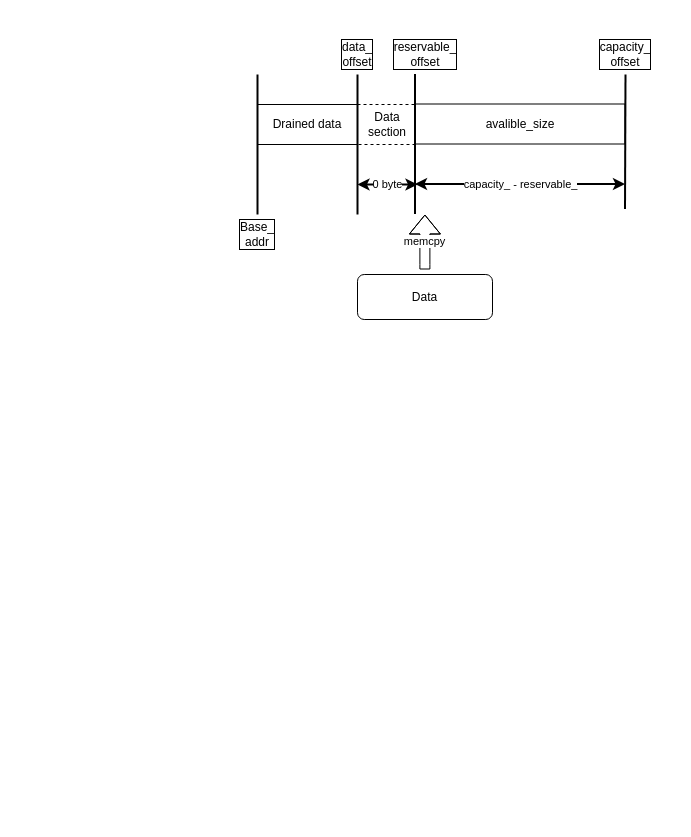
Earlier version of the draw.io diagram page "slice::prepend" (13 of 13) of memcpy_test_arch.drawio (xu1zhou/Documents). Source tidied: cells renumbered, new cells numbered last; positions are measured from the earlier drawing's top-left corner, leaving out a move shared by most shapes. Both pictures are drawn from the tidied source at 100%, with x=0, y=0 at pixel (237, 44).
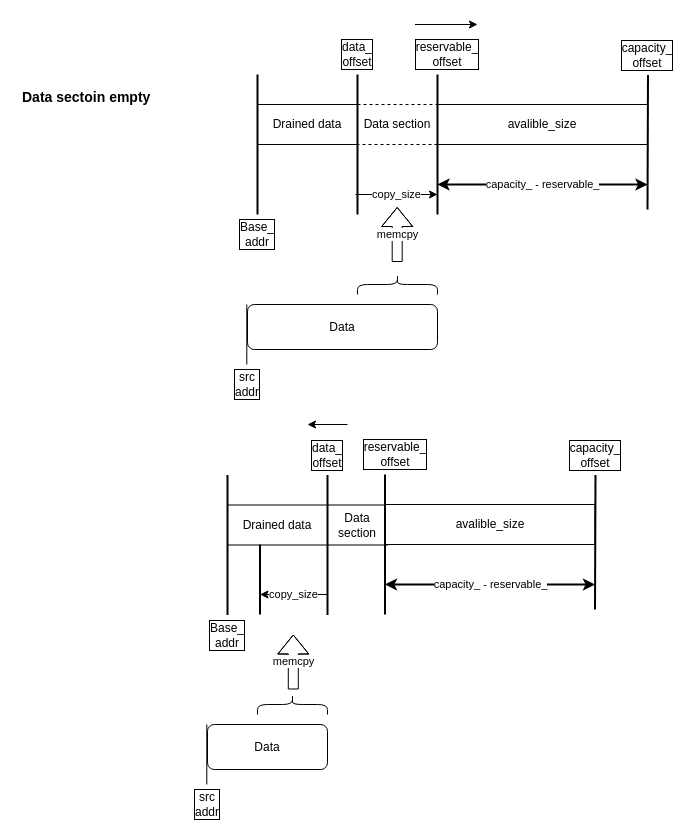
Above is the later version.

The edit, as a diff of the source:
```diff
@@
     <mxCell id="4" value="reservable_&lt;br&gt;offset" style="text;html=1;strokeColor=none;fillColor=none;align=center;verticalAlign=middle;whiteSpace=wrap;rounded=0;labelBackgroundColor=none;labelBorderColor=#000000;" parent="1" vertex="1">
-      <mxGeometry x="167.5" y="-0.5" width="40" height="20" as="geometry" />
+      <mxGeometry x="190" width="40" height="20" as="geometry" />
     </mxCell>
     <mxCell id="5" value="capacity_&lt;br&gt;offset" style="text;html=1;strokeColor=none;fillColor=none;align=center;verticalAlign=middle;whiteSpace=wrap;rounded=0;labelBorderColor=#000000;" parent="1" vertex="1">
-      <mxGeometry x="367.5" width="40" height="20" as="geometry" />
+      <mxGeometry x="390" y="0.5" width="40" height="20" as="geometry" />
     </mxCell>
-    <mxCell id="6" value="Data" style="rounded=1;whiteSpace=wrap;html=1;labelBackgroundColor=none;" parent="1" vertex="1">
-      <mxGeometry x="120" y="230" width="135" height="45" as="geometry" />
+    <mxCell id="6" value="Data" style="rounded=1;whiteSpace=wrap;html=1;labelBackgroundColor=none;align=center;" parent="1" vertex="1">
+      <mxGeometry x="10" y="260" width="190" height="45" as="geometry" />
     </mxCell>
@@
     <mxCell id="8" value="Data section" style="whiteSpace=wrap;html=1;align=center;dashed=1;" parent="1" vertex="1">
-      <mxGeometry x="120" y="60" width="60" height="40" as="geometry" />
+      <mxGeometry x="120" y="60" width="80" height="40" as="geometry" />
     </mxCell>
     <mxCell id="9" value="avalible_size" style="whiteSpace=wrap;html=1;align=center;" parent="1" vertex="1">
-      <mxGeometry x="177.5" y="59.5" width="210" height="40" as="geometry" />
+      <mxGeometry x="200" y="60" width="210" height="40" as="geometry" />
     </mxCell>
@@
     <mxCell id="12" style="endArrow=none;html=1;strokeWidth=2;" parent="1" edge="1">
       <mxGeometry relative="1" as="geometry">
-        <mxPoint x="177.5" y="169.5" as="sourcePoint" />
-        <mxPoint x="177.5" y="29.5" as="targetPoint" />
+        <mxPoint x="200" y="170" as="sourcePoint" />
+        <mxPoint x="200" y="30" as="targetPoint" />
       </mxGeometry>
     </mxCell>
     <mxCell id="13" style="endArrow=none;html=1;strokeWidth=2;" parent="1" edge="1">
       <mxGeometry relative="1" as="geometry">
-        <mxPoint x="387.5" y="164.5" as="sourcePoint" />
-        <mxPoint x="388" y="30" as="targetPoint" />
+        <mxPoint x="410" y="165" as="sourcePoint" />
+        <mxPoint x="410.5" y="30.5" as="targetPoint" />
       </mxGeometry>
     </mxCell>
     <mxCell id="14" value="capacity_ - reservable_" style="endArrow=classic;startArrow=classic;html=1;strokeWidth=2;" parent="1" edge="1">
       <mxGeometry relative="1" as="geometry">
-        <mxPoint x="177.5" y="139.5" as="sourcePoint" />
-        <mxPoint x="387.5" y="139.5" as="targetPoint" />
+        <mxPoint x="200" y="140" as="sourcePoint" />
+        <mxPoint x="410" y="140" as="targetPoint" />
       </mxGeometry>
     </mxCell>
     <mxCell id="15" value="memcpy" style="shape=flexArrow;endArrow=classic;html=1;" parent="1" edge="1">
       <mxGeometry relative="1" as="geometry">
-        <mxPoint x="187.4" y="225" as="sourcePoint" />
-        <mxPoint x="187.4" y="170" as="targetPoint" />
+        <mxPoint x="159.7" y="217.5" as="sourcePoint" />
+        <mxPoint x="159.7" y="162.5" as="targetPoint" />
         <Array as="points">
-          <mxPoint x="187.4" y="220" />
-          <mxPoint x="187.4" y="200" />
+          <mxPoint x="159.7" y="212.5" />
+          <mxPoint x="159.7" y="192.5" />
         </Array>
       </mxGeometry>
     </mxCell>
-    <mxCell id="16" value="0 byte" style="endArrow=classic;startArrow=classic;html=1;strokeWidth=2;" parent="1" edge="1">
-      <mxGeometry relative="1" as="geometry">
-        <mxPoint x="120" y="140" as="sourcePoint" />
-        <mxPoint x="180" y="140" as="targetPoint" />
-      </mxGeometry>
-    </mxCell>
+    <mxCell id="17" value="&lt;h1&gt;&lt;font style=&quot;font-size: 14px&quot;&gt;Data sectoin empty&lt;/font&gt;&lt;/h1&gt;" style="text;html=1;strokeColor=none;fillColor=none;spacing=5;spacingTop=-20;whiteSpace=wrap;overflow=hidden;rounded=0;dashed=1;labelBackgroundColor=none;" parent="1" vertex="1">
+      <mxGeometry x="-220" y="30" width="230" height="120" as="geometry" />
+    </mxCell>
+    <mxCell id="18" value="Base_&lt;br&gt;addr" style="text;html=1;strokeColor=none;fillColor=none;align=center;verticalAlign=middle;whiteSpace=wrap;rounded=0;labelBorderColor=#000000;" parent="1" vertex="1">
+      <mxGeometry x="-30" y="580.5" width="40" height="20" as="geometry" />
+    </mxCell>
+    <mxCell id="19" value="data_&lt;br&gt;offset" style="text;html=1;strokeColor=none;fillColor=none;align=center;verticalAlign=middle;whiteSpace=wrap;rounded=0;labelBorderColor=#000000;" parent="1" vertex="1">
+      <mxGeometry x="70" y="400.5" width="40" height="20" as="geometry" />
+    </mxCell>
+    <mxCell id="20" value="reservable_&lt;br&gt;offset" style="text;html=1;strokeColor=none;fillColor=none;align=center;verticalAlign=middle;whiteSpace=wrap;rounded=0;labelBackgroundColor=none;labelBorderColor=#000000;" parent="1" vertex="1">
+      <mxGeometry x="137.5" y="400" width="40" height="20" as="geometry" />
+    </mxCell>
+    <mxCell id="21" value="capacity_&lt;br&gt;offset" style="text;html=1;strokeColor=none;fillColor=none;align=center;verticalAlign=middle;whiteSpace=wrap;rounded=0;labelBorderColor=#000000;" parent="1" vertex="1">
+      <mxGeometry x="337.5" y="400.5" width="40" height="20" as="geometry" />
+    </mxCell>
+    <mxCell id="22" value="Data" style="rounded=1;whiteSpace=wrap;html=1;labelBackgroundColor=none;" parent="1" vertex="1">
+      <mxGeometry x="-30" y="680" width="120" height="45" as="geometry" />
+    </mxCell>
+    <mxCell id="23" value="Drained data" style="whiteSpace=wrap;html=1;align=center;" parent="1" vertex="1">
+      <mxGeometry x="-10" y="460.5" width="100" height="40" as="geometry" />
+    </mxCell>
+    <mxCell id="24" value="Data section" style="whiteSpace=wrap;html=1;align=center;" parent="1" vertex="1">
+      <mxGeometry x="90" y="460.5" width="60" height="40" as="geometry" />
+    </mxCell>
+    <mxCell id="25" value="avalible_size" style="whiteSpace=wrap;html=1;align=center;" parent="1" vertex="1">
+      <mxGeometry x="147.5" y="460" width="210" height="40" as="geometry" />
+    </mxCell>
+    <mxCell id="26" style="endArrow=none;html=1;strokeWidth=2;" parent="1" edge="1">
+      <mxGeometry relative="1" as="geometry">
+        <mxPoint x="-10" y="570.5" as="sourcePoint" />
+        <mxPoint x="-10" y="430.5" as="targetPoint" />
+      </mxGeometry>
+    </mxCell>
+    <mxCell id="27" style="endArrow=none;html=1;strokeWidth=2;" parent="1" edge="1">
+      <mxGeometry relative="1" as="geometry">
+        <mxPoint x="90" y="570.5" as="sourcePoint" />
+        <mxPoint x="90" y="430.5" as="targetPoint" />
+      </mxGeometry>
+    </mxCell>
+    <mxCell id="28" style="endArrow=none;html=1;strokeWidth=2;" parent="1" edge="1">
+      <mxGeometry relative="1" as="geometry">
+        <mxPoint x="147.5" y="570" as="sourcePoint" />
+        <mxPoint x="147.5" y="430" as="targetPoint" />
+      </mxGeometry>
+    </mxCell>
+    <mxCell id="29" style="endArrow=none;html=1;strokeWidth=2;" parent="1" edge="1">
+      <mxGeometry relative="1" as="geometry">
+        <mxPoint x="357.5" y="565" as="sourcePoint" />
+        <mxPoint x="358" y="430.5" as="targetPoint" />
+      </mxGeometry>
+    </mxCell>
+    <mxCell id="30" value="capacity_ - reservable_" style="endArrow=classic;startArrow=classic;html=1;strokeWidth=2;" parent="1" edge="1">
+      <mxGeometry relative="1" as="geometry">
+        <mxPoint x="147.5" y="540" as="sourcePoint" />
+        <mxPoint x="357.5" y="540" as="targetPoint" />
+      </mxGeometry>
+    </mxCell>
+    <mxCell id="31" value="memcpy" style="shape=flexArrow;endArrow=classic;html=1;" parent="1" edge="1">
+      <mxGeometry relative="1" as="geometry">
+        <mxPoint x="55.8" y="645" as="sourcePoint" />
+        <mxPoint x="55.8" y="590" as="targetPoint" />
+        <Array as="points">
+          <mxPoint x="55.8" y="640" />
+          <mxPoint x="55.8" y="620" />
+        </Array>
+      </mxGeometry>
+    </mxCell>
+    <mxCell id="32" style="endArrow=none;html=1;strokeWidth=2;" parent="1" edge="1">
+      <mxGeometry relative="1" as="geometry">
+        <mxPoint x="22.5" y="570" as="sourcePoint" />
+        <mxPoint x="22.5" y="500" as="targetPoint" />
+      </mxGeometry>
+    </mxCell>
+    <mxCell id="33" value="copy_size" style="endArrow=classic;html=1;" parent="1" edge="1">
+      <mxGeometry relative="1" as="geometry">
+        <mxPoint x="90" y="550" as="sourcePoint" />
+        <mxPoint x="22.5" y="550" as="targetPoint" />
+      </mxGeometry>
+    </mxCell>
+    <mxCell id="34" value="copy_size" style="endArrow=classic;html=1;" parent="1" edge="1">
+      <mxGeometry relative="1" as="geometry">
+        <mxPoint x="118" y="150" as="sourcePoint" />
+        <mxPoint x="200" y="150" as="targetPoint" />
+      </mxGeometry>
+    </mxCell>
+    <mxCell id="35" style="shape=curlyBracket;whiteSpace=wrap;html=1;rounded=1;flipH=1;labelBackgroundColor=none;align=center;rotation=-90;" parent="1" vertex="1">
+      <mxGeometry x="150" y="200" width="20" height="80" as="geometry" />
+    </mxCell>
+    <mxCell id="36" style="shape=curlyBracket;whiteSpace=wrap;html=1;rounded=1;flipH=1;labelBackgroundColor=none;align=center;rotation=-90;" parent="1" vertex="1">
+      <mxGeometry x="45" y="625" width="20" height="70" as="geometry" />
+    </mxCell>
+    <mxCell id="37" style="endArrow=classic;html=1;" parent="1" edge="1">
+      <mxGeometry relative="1" as="geometry">
+        <mxPoint x="110" y="380" as="sourcePoint" />
+        <mxPoint x="70" y="380" as="targetPoint" />
+      </mxGeometry>
+    </mxCell>
+    <mxCell id="38" style="endArrow=classic;html=1;" parent="1" edge="1">
+      <mxGeometry relative="1" as="geometry">
+        <mxPoint x="177.5" y="-20" as="sourcePoint" />
+        <mxPoint x="240" y="-20" as="targetPoint" />
+      </mxGeometry>
+    </mxCell>
+    <mxCell id="39" style="endArrow=none;html=1;" parent="1" edge="1">
+      <mxGeometry relative="1" as="geometry">
+        <mxPoint x="-30.7" y="740" as="sourcePoint" />
+        <mxPoint x="-30.7" y="680" as="targetPoint" />
+      </mxGeometry>
+    </mxCell>
+    <mxCell id="40" value="src&lt;br&gt;addr" style="text;html=1;strokeColor=none;fillColor=none;align=center;verticalAlign=middle;whiteSpace=wrap;rounded=0;labelBorderColor=#000000;" parent="1" vertex="1">
+      <mxGeometry x="-50" y="750" width="40" height="20" as="geometry" />
+    </mxCell>
+    <mxCell id="41" value="src&lt;br&gt;addr" style="text;html=1;strokeColor=none;fillColor=none;align=center;verticalAlign=middle;whiteSpace=wrap;rounded=0;labelBorderColor=#000000;" parent="1" vertex="1">
+      <mxGeometry x="-10" y="330" width="40" height="20" as="geometry" />
+    </mxCell>
+    <mxCell id="42" style="endArrow=none;html=1;" parent="1" edge="1">
+      <mxGeometry relative="1" as="geometry">
+        <mxPoint x="9.3" y="320" as="sourcePoint" />
+        <mxPoint x="9.3" y="260" as="targetPoint" />
+      </mxGeometry>
+    </mxCell>
```
